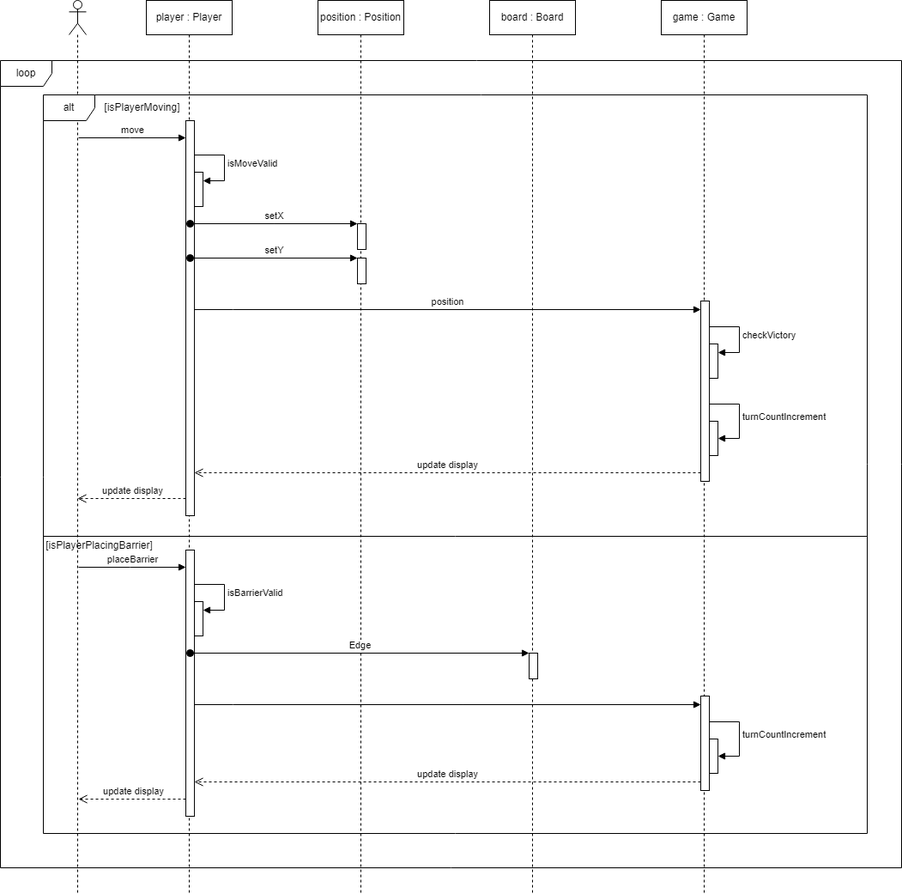
Earlier version of the draw.io export Diagrams/SequenceDiagram/SequenceDiagram.drawio.png (guillermfr/CYPath). Source tidied: cells renumbered, new cells last; positions are measured from the earlier drawing's top-left corner, leaving out a move shared by most shapes.
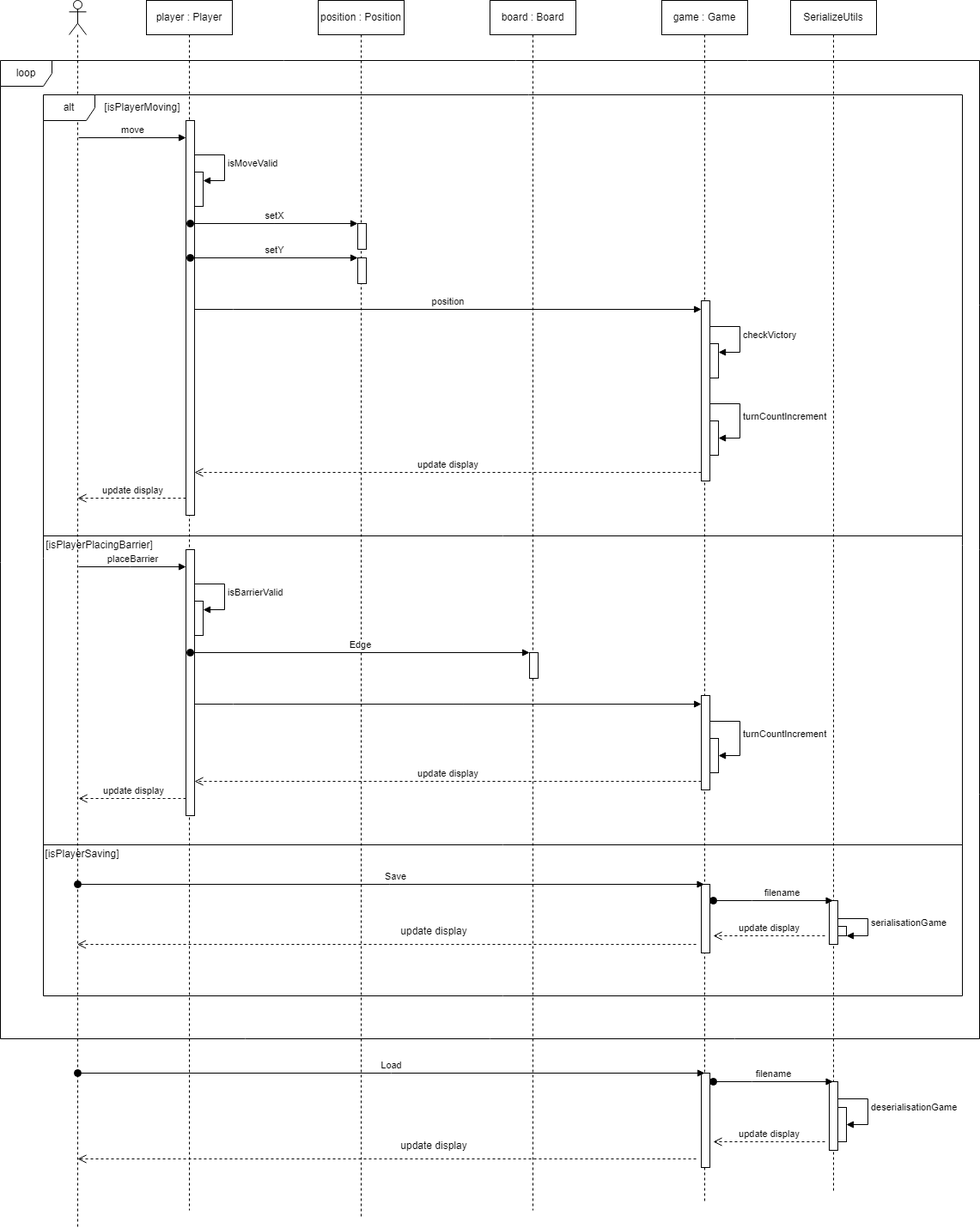
After the commit.

Diff of the diagram source:
```diff
@@ -3,16 +3,16 @@
     <mxCell id="0" />
     <mxCell id="1" parent="0" />
     <mxCell id="2" style="shape=umlLifeline;perimeter=lifelinePerimeter;whiteSpace=wrap;html=1;outlineConnect=0;portConstraint=eastwest;newEdgeStyle={&quot;edgeStyle&quot;:&quot;elbowEdgeStyle&quot;,&quot;elbow&quot;:&quot;vertical&quot;,&quot;curved&quot;:0,&quot;rounded&quot;:0};participant=umlActor;" parent="1" vertex="1">
-      <mxGeometry x="80" width="20" height="1040" as="geometry" />
+      <mxGeometry x="80" width="20" height="1430" as="geometry" />
     </mxCell>
     <mxCell id="3" value="board : Board" style="shape=umlLifeline;perimeter=lifelinePerimeter;whiteSpace=wrap;html=1;newEdgeStyle={&quot;edgeStyle&quot;:&quot;elbowEdgeStyle&quot;,&quot;elbow&quot;:&quot;vertical&quot;,&quot;curved&quot;:0,&quot;rounded&quot;:0};" parent="1" vertex="1">
-      <mxGeometry x="570" width="100" height="1040" as="geometry" />
+      <mxGeometry x="570" width="100" height="1410" as="geometry" />
     </mxCell>
     <mxCell id="4" style="html=1;points=[];perimeter=orthogonalPerimeter;outlineConnect=0;targetShapes=umlLifeline;portConstraint=eastwest;newEdgeStyle={&quot;edgeStyle&quot;:&quot;elbowEdgeStyle&quot;,&quot;elbow&quot;:&quot;vertical&quot;,&quot;curved&quot;:0,&quot;rounded&quot;:0};" parent="3" vertex="1">
       <mxGeometry x="46" y="760" width="10" height="30" as="geometry" />
     </mxCell>
     <mxCell id="5" value="game : Game" style="shape=umlLifeline;perimeter=lifelinePerimeter;whiteSpace=wrap;html=1;newEdgeStyle={&quot;edgeStyle&quot;:&quot;elbowEdgeStyle&quot;,&quot;elbow&quot;:&quot;vertical&quot;,&quot;curved&quot;:0,&quot;rounded&quot;:0};" parent="1" vertex="1">
-      <mxGeometry x="770" width="100" height="1040" as="geometry" />
+      <mxGeometry x="770" width="100" height="1400" as="geometry" />
     </mxCell>
     <mxCell id="6" style="html=1;points=[];perimeter=orthogonalPerimeter;outlineConnect=0;targetShapes=umlLifeline;portConstraint=eastwest;newEdgeStyle={&quot;edgeStyle&quot;:&quot;elbowEdgeStyle&quot;,&quot;elbow&quot;:&quot;vertical&quot;,&quot;curved&quot;:0,&quot;rounded&quot;:0};" parent="5" vertex="1">
       <mxGeometry x="46" y="350" width="10" height="210" as="geometry" />
@@ -54,8 +54,14 @@
         </Array>
       </mxGeometry>
     </mxCell>
+    <mxCell id="40" style="html=1;perimeter=orthogonalPerimeter;targetShapes=umlLifeline;newEdgeStyle={&quot;edgeStyle&quot;:&quot;elbowEdgeStyle&quot;,&quot;elbow&quot;:&quot;vertical&quot;,&quot;curved&quot;:0,&quot;rounded&quot;:0};" parent="5" vertex="1">
+      <mxGeometry x="46" y="1030" width="10" height="80" as="geometry" />
+    </mxCell>
+    <mxCell id="41" style="html=1;perimeter=orthogonalPerimeter;targetShapes=umlLifeline;newEdgeStyle={&quot;edgeStyle&quot;:&quot;elbowEdgeStyle&quot;,&quot;elbow&quot;:&quot;vertical&quot;,&quot;curved&quot;:0,&quot;rounded&quot;:0};" parent="5" vertex="1">
+      <mxGeometry x="46" y="1250" width="10" height="110" as="geometry" />
+    </mxCell>
     <mxCell id="14" value="position : Position" style="shape=umlLifeline;perimeter=lifelinePerimeter;whiteSpace=wrap;html=1;newEdgeStyle={&quot;edgeStyle&quot;:&quot;elbowEdgeStyle&quot;,&quot;elbow&quot;:&quot;vertical&quot;,&quot;curved&quot;:0,&quot;rounded&quot;:0};" parent="1" vertex="1">
-      <mxGeometry x="370" width="100" height="1040" as="geometry" />
+      <mxGeometry x="370" width="100" height="1420" as="geometry" />
     </mxCell>
     <mxCell id="15" style="html=1;points=[];perimeter=orthogonalPerimeter;outlineConnect=0;targetShapes=umlLifeline;portConstraint=eastwest;newEdgeStyle={&quot;edgeStyle&quot;:&quot;elbowEdgeStyle&quot;,&quot;elbow&quot;:&quot;vertical&quot;,&quot;curved&quot;:0,&quot;rounded&quot;:0};" parent="14" vertex="1">
       <mxGeometry x="46" y="260" width="10" height="30" as="geometry" />
@@ -85,7 +91,7 @@
       </mxGeometry>
     </mxCell>
     <mxCell id="19" value="player : Player" style="shape=umlLifeline;perimeter=lifelinePerimeter;whiteSpace=wrap;html=1;newEdgeStyle={&quot;edgeStyle&quot;:&quot;elbowEdgeStyle&quot;,&quot;elbow&quot;:&quot;vertical&quot;,&quot;curved&quot;:0,&quot;rounded&quot;:0};" parent="1" vertex="1">
-      <mxGeometry x="170" width="100" height="1040" as="geometry" />
+      <mxGeometry x="170" width="100" height="1410" as="geometry" />
     </mxCell>
     <mxCell id="20" style="html=1;points=[];perimeter=orthogonalPerimeter;outlineConnect=0;targetShapes=umlLifeline;portConstraint=eastwest;newEdgeStyle={&quot;edgeStyle&quot;:&quot;elbowEdgeStyle&quot;,&quot;elbow&quot;:&quot;vertical&quot;,&quot;curved&quot;:0,&quot;rounded&quot;:0};" parent="19" vertex="1">
       <mxGeometry x="46" y="140" width="10" height="460" as="geometry" />
@@ -192,13 +198,13 @@
       </mxGeometry>
     </mxCell>
     <mxCell id="35" value="alt" style="shape=umlFrame;whiteSpace=wrap;html=1;" parent="1" vertex="1">
-      <mxGeometry x="50" y="110" width="960" height="860" as="geometry" />
+      <mxGeometry x="50" y="110" width="1070" height="1050" as="geometry" />
     </mxCell>
     <mxCell id="36" style="line;strokeWidth=1;fillColor=none;align=left;verticalAlign=middle;spacingTop=-1;spacingLeft=3;spacingRight=3;labelPosition=right;strokeColor=inherit;" parent="1" vertex="1">
-      <mxGeometry x="50" y="620" width="960" height="8" as="geometry" />
+      <mxGeometry x="50" y="620" width="1070" height="8" as="geometry" />
     </mxCell>
     <mxCell id="37" value="loop" style="shape=umlFrame;whiteSpace=wrap;html=1;" parent="1" vertex="1">
-      <mxGeometry y="70" width="1050" height="940" as="geometry" />
+      <mxGeometry y="70" width="1140" height="1140" as="geometry" />
     </mxCell>
     <mxCell id="38" value="[isPlayerMoving]" style="text;html=1;align=center;verticalAlign=middle;strokeColor=none;fillColor=none;" parent="1" vertex="1">
       <mxGeometry x="110" y="110" width="110" height="30" as="geometry" />
@@ -206,5 +212,113 @@
     <mxCell id="39" value="[isPlayerPlacingBarrier]" style="text;html=1;align=center;verticalAlign=middle;strokeColor=none;fillColor=none;" parent="1" vertex="1">
       <mxGeometry x="40" y="620" width="150" height="30" as="geometry" />
     </mxCell>
+    <mxCell id="42" style="line;strokeWidth=1;fillColor=none;align=left;verticalAlign=middle;spacingTop=-1;spacingLeft=3;spacingRight=3;labelPosition=right;strokeColor=inherit;" parent="1" vertex="1">
+      <mxGeometry x="50" y="980" width="1070" height="8" as="geometry" />
+    </mxCell>
+    <mxCell id="43" value="[isPlayerSaving]" style="text;html=1;align=center;verticalAlign=middle;strokeColor=none;fillColor=none;" parent="1" vertex="1">
+      <mxGeometry x="40" y="980" width="110" height="30" as="geometry" />
+    </mxCell>
+    <mxCell id="44" value="Save" style="html=1;verticalAlign=bottom;startArrow=oval;endArrow=block;startSize=8;edgeStyle=elbowEdgeStyle;elbow=vertical;curved=0;rounded=0;" parent="1" edge="1">
+      <mxGeometry x="0.01" relative="1" as="geometry">
+        <mxPoint x="90" y="1030" as="sourcePoint" />
+        <mxPoint x="819.5" y="1030.2" as="targetPoint" />
+      </mxGeometry>
+    </mxCell>
+    <mxCell id="45" value="SerializeUtils" style="shape=umlLifeline;perimeter=lifelinePerimeter;whiteSpace=wrap;html=1;outlineConnect=0;portConstraint=eastwest;newEdgeStyle={&quot;edgeStyle&quot;:&quot;elbowEdgeStyle&quot;,&quot;elbow&quot;:&quot;vertical&quot;,&quot;curved&quot;:0,&quot;rounded&quot;:0};" parent="1" vertex="1">
+      <mxGeometry x="920" width="100" height="1390" as="geometry" />
+    </mxCell>
+    <mxCell id="46" style="html=1;points=[];perimeter=orthogonalPerimeter;outlineConnect=0;targetShapes=umlLifeline;portConstraint=eastwest;newEdgeStyle={&quot;edgeStyle&quot;:&quot;elbowEdgeStyle&quot;,&quot;elbow&quot;:&quot;vertical&quot;,&quot;curved&quot;:0,&quot;rounded&quot;:0};" parent="45" vertex="1">
+      <mxGeometry x="45" y="1049" width="10" height="51" as="geometry" />
+    </mxCell>
+    <mxCell id="47" style="html=1;points=[];perimeter=orthogonalPerimeter;outlineConnect=0;targetShapes=umlLifeline;portConstraint=eastwest;newEdgeStyle={&quot;edgeStyle&quot;:&quot;elbowEdgeStyle&quot;,&quot;elbow&quot;:&quot;vertical&quot;,&quot;curved&quot;:0,&quot;rounded&quot;:0};" parent="45" vertex="1">
+      <mxGeometry x="55" y="1079" width="10" height="11" as="geometry" />
+    </mxCell>
+    <mxCell id="48" value="serialisationGame" style="html=1;align=left;spacingLeft=2;endArrow=block;rounded=0;edgeStyle=orthogonalEdgeStyle;curved=0;rounded=0;" parent="45" edge="1" source="46" target="47">
+      <mxGeometry x="0.01" relative="1" as="geometry">
+        <Array as="points">
+          <mxPoint x="90" y="1070" />
+          <mxPoint x="90" y="1090" />
+        </Array>
+      </mxGeometry>
+    </mxCell>
+    <mxCell id="49" style="html=1;points=[];perimeter=orthogonalPerimeter;outlineConnect=0;targetShapes=umlLifeline;portConstraint=eastwest;newEdgeStyle={&quot;edgeStyle&quot;:&quot;elbowEdgeStyle&quot;,&quot;elbow&quot;:&quot;vertical&quot;,&quot;curved&quot;:0,&quot;rounded&quot;:0};" parent="45" vertex="1">
+      <mxGeometry x="45" y="1260" width="10" height="80" as="geometry" />
+    </mxCell>
+    <mxCell id="50" style="html=1;points=[];perimeter=orthogonalPerimeter;outlineConnect=0;targetShapes=umlLifeline;portConstraint=eastwest;newEdgeStyle={&quot;edgeStyle&quot;:&quot;elbowEdgeStyle&quot;,&quot;elbow&quot;:&quot;vertical&quot;,&quot;curved&quot;:0,&quot;rounded&quot;:0};" parent="45" vertex="1">
+      <mxGeometry x="55" y="1290" width="10" height="40" as="geometry" />
+    </mxCell>
+    <mxCell id="51" value="deserialisationGame" style="html=1;align=left;spacingLeft=2;endArrow=block;rounded=0;edgeStyle=orthogonalEdgeStyle;curved=0;rounded=0;" parent="45" edge="1" source="49" target="50">
+      <mxGeometry relative="1" as="geometry">
+        <Array as="points">
+          <mxPoint x="90" y="1280" />
+          <mxPoint x="90" y="1310" />
+        </Array>
+      </mxGeometry>
+    </mxCell>
+    <mxCell id="52" value="filename" style="html=1;verticalAlign=bottom;startArrow=oval;endArrow=block;startSize=8;edgeStyle=elbowEdgeStyle;elbow=vertical;curved=0;rounded=0;" parent="1" edge="1" target="45">
+      <mxGeometry x="0.15" relative="1" as="geometry">
+        <mxPoint x="830" y="1049" as="sourcePoint" />
+      </mxGeometry>
+    </mxCell>
+    <mxCell id="53" style="html=1;verticalAlign=bottom;endArrow=open;dashed=1;endSize=8;edgeStyle=elbowEdgeStyle;elbow=vertical;curved=0;rounded=0;" parent="1" edge="1" target="2">
+      <mxGeometry relative="1" as="geometry">
+        <mxPoint x="810" y="1100" as="sourcePoint" />
+        <Array as="points">
+          <mxPoint x="775" y="1100" />
+          <mxPoint x="495" y="1200" />
+          <mxPoint x="285" y="1070" />
+        </Array>
+      </mxGeometry>
+    </mxCell>
+    <mxCell id="54" value="update display" style="html=1;verticalAlign=bottom;endArrow=open;dashed=1;endSize=8;edgeStyle=elbowEdgeStyle;elbow=vertical;curved=0;rounded=0;" parent="1" edge="1">
+      <mxGeometry relative="1" as="geometry">
+        <mxPoint x="960" y="1090" as="sourcePoint" />
+        <mxPoint x="830" y="1090" as="targetPoint" />
+        <Array as="points">
+          <mxPoint x="905" y="1090" />
+          <mxPoint x="625" y="1190" />
+          <mxPoint x="415" y="1060" />
+        </Array>
+      </mxGeometry>
+    </mxCell>
+    <mxCell id="55" value="update display" style="text;html=1;strokeColor=none;fillColor=none;align=center;verticalAlign=middle;whiteSpace=wrap;rounded=0;" parent="1" vertex="1">
+      <mxGeometry x="450" y="1080" width="110" height="10" as="geometry" />
+    </mxCell>
+    <mxCell id="56" value="Load" style="html=1;verticalAlign=bottom;startArrow=oval;endArrow=block;startSize=8;edgeStyle=elbowEdgeStyle;elbow=vertical;curved=0;rounded=0;" parent="1" edge="1">
+      <mxGeometry relative="1" as="geometry">
+        <mxPoint x="90" y="1250" as="sourcePoint" />
+        <mxPoint x="820" y="1250" as="targetPoint" />
+      </mxGeometry>
+    </mxCell>
+    <mxCell id="57" value="filename" style="html=1;verticalAlign=bottom;startArrow=oval;endArrow=block;startSize=8;edgeStyle=elbowEdgeStyle;elbow=vertical;curved=0;rounded=0;" parent="1" edge="1" target="45">
+      <mxGeometry relative="1" as="geometry">
+        <mxPoint x="830" y="1260" as="sourcePoint" />
+      </mxGeometry>
+    </mxCell>
+    <mxCell id="58" value="update display" style="html=1;verticalAlign=bottom;endArrow=open;dashed=1;endSize=8;edgeStyle=elbowEdgeStyle;elbow=vertical;curved=0;rounded=0;" parent="1" edge="1">
+      <mxGeometry relative="1" as="geometry">
+        <mxPoint x="960" y="1330" as="sourcePoint" />
+        <mxPoint x="830" y="1330" as="targetPoint" />
+        <Array as="points">
+          <mxPoint x="905" y="1330" />
+          <mxPoint x="625" y="1430" />
+          <mxPoint x="415" y="1300" />
+        </Array>
+      </mxGeometry>
+    </mxCell>
+    <mxCell id="59" style="html=1;verticalAlign=bottom;endArrow=open;dashed=1;endSize=8;edgeStyle=elbowEdgeStyle;elbow=vertical;curved=0;rounded=0;" parent="1" edge="1">
+      <mxGeometry relative="1" as="geometry">
+        <mxPoint x="810" y="1350" as="sourcePoint" />
+        <mxPoint x="90" y="1350" as="targetPoint" />
+        <Array as="points">
+          <mxPoint x="775" y="1350" />
+          <mxPoint x="495" y="1450" />
+          <mxPoint x="285" y="1320" />
+        </Array>
+      </mxGeometry>
+    </mxCell>
+    <mxCell id="60" value="update display" style="text;html=1;strokeColor=none;fillColor=none;align=center;verticalAlign=middle;whiteSpace=wrap;rounded=0;" parent="1" vertex="1">
+      <mxGeometry x="450" y="1330" width="110" height="10" as="geometry" />
+    </mxCell>
   </root>
 </mxGraphModel>
```
